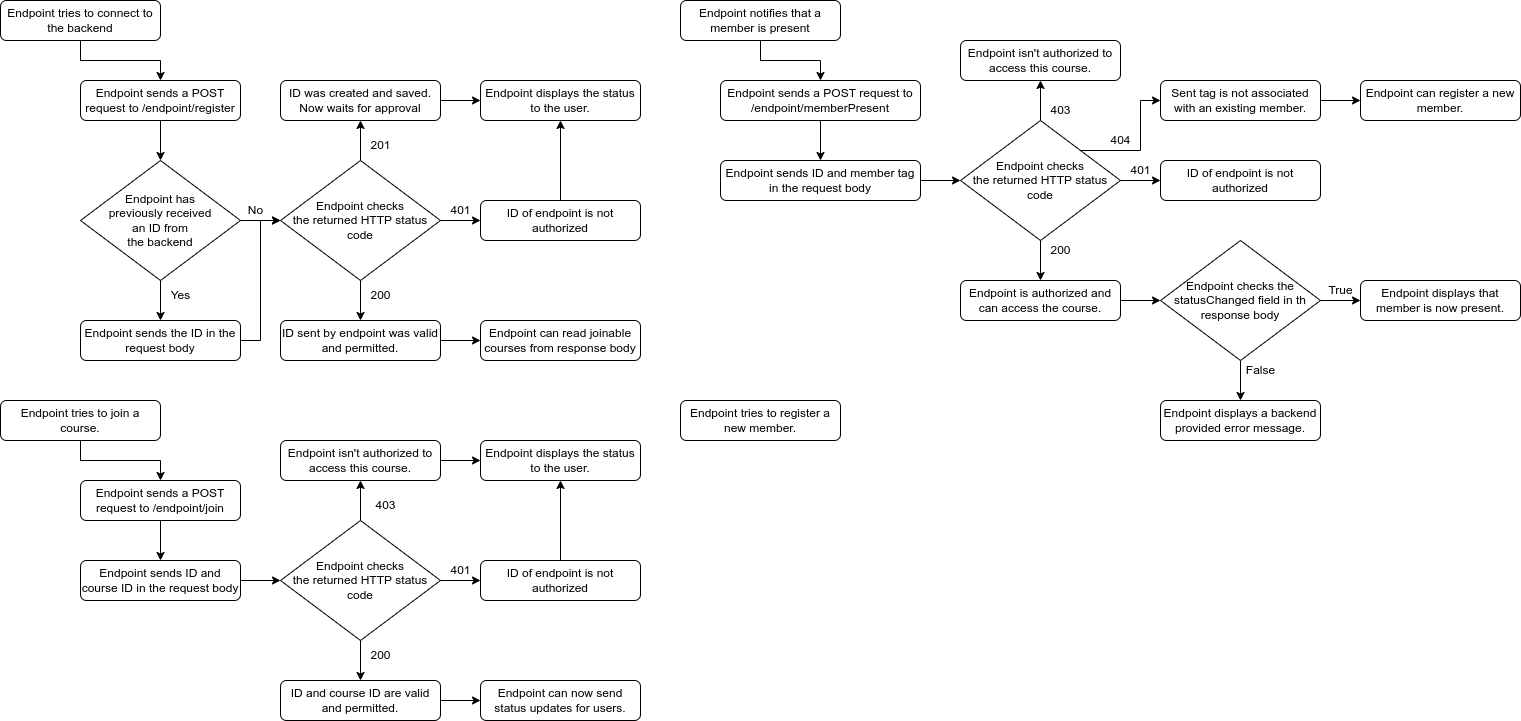
The draw.io diagram docs/endpoint-backend-communication.png in roopereku/nfc-attendance, before a commit. Source tidied: cells renumbered, new cells last; positions are measured from the earlier drawing's top-left corner, leaving out a move shared by most shapes.
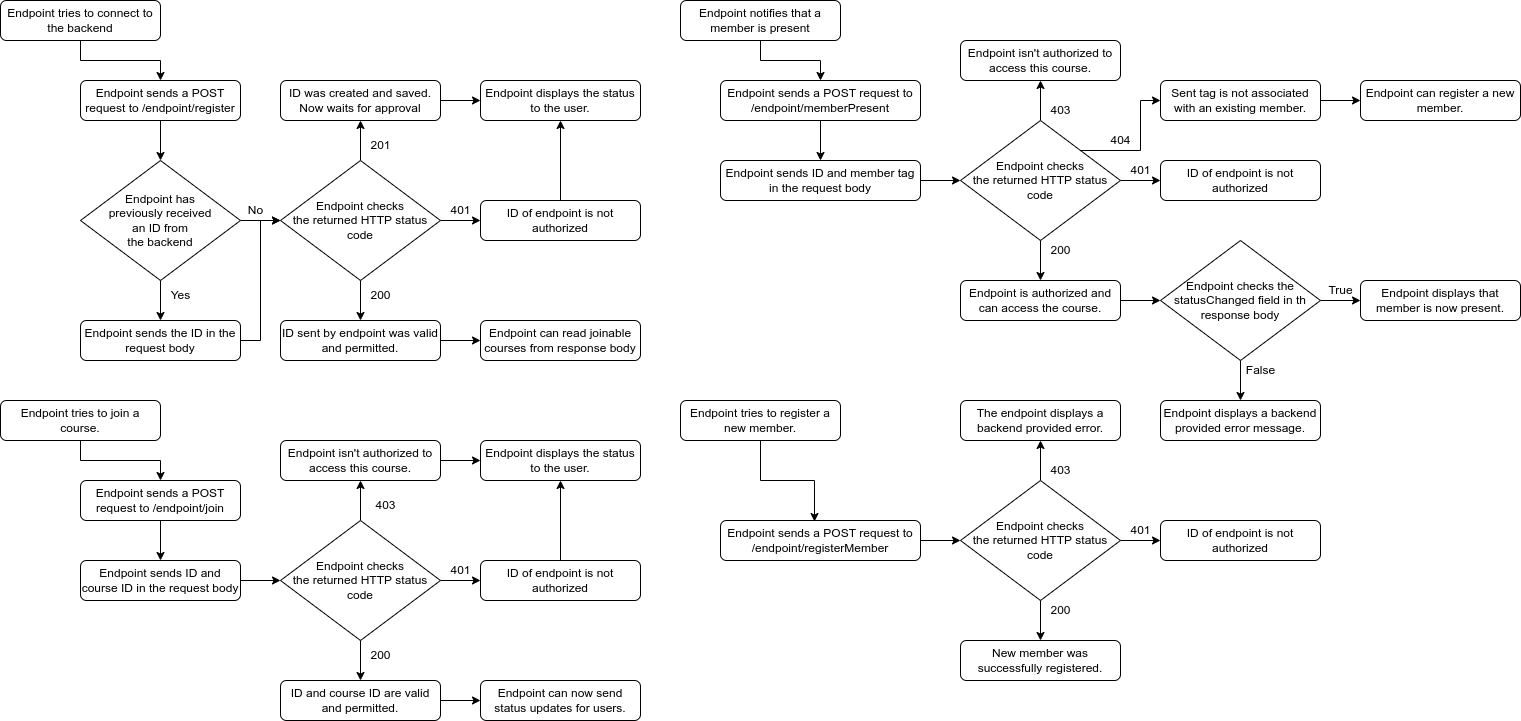
After the change.

Commit message:
Update docs and add a member registration screen

Change to the diagram source:
```diff
@@ -230,8 +230,47 @@
     <mxCell id="77" value="Endpoint can register a new member." style="rounded=1;whiteSpace=wrap;html=1;" parent="1" vertex="1">
       <mxGeometry x="1360" y="80" width="160" height="40" as="geometry" />
     </mxCell>
+    <mxCell id="79" style="edgeStyle=orthogonalEdgeStyle;rounded=0;jettySize=auto;html=1;exitX=0.5;exitY=1;exitDx=0;exitDy=0;entryX=0.47;entryY=0.025;entryDx=0;entryDy=0;entryPerimeter=0;" parent="1" edge="1" source="78" target="81">
+      <mxGeometry relative="1" as="geometry" />
+    </mxCell>
     <mxCell id="78" value="Endpoint tries to register a new member." style="rounded=1;whiteSpace=wrap;html=1;" parent="1" vertex="1">
       <mxGeometry x="680" y="400" width="160" height="40" as="geometry" />
     </mxCell>
+    <mxCell id="80" style="edgeStyle=orthogonalEdgeStyle;rounded=0;jettySize=auto;html=1;exitX=1;exitY=0.5;exitDx=0;exitDy=0;entryX=0;entryY=0.5;entryDx=0;entryDy=0;" parent="1" edge="1" source="81" target="85">
+      <mxGeometry relative="1" as="geometry" />
+    </mxCell>
+    <mxCell id="81" value="Endpoint sends a POST request to /endpoint/registerMember" style="rounded=1;whiteSpace=wrap;html=1;" parent="1" vertex="1">
+      <mxGeometry x="720" y="520" width="200" height="40" as="geometry" />
+    </mxCell>
+    <mxCell id="82" style="edgeStyle=orthogonalEdgeStyle;rounded=0;jettySize=auto;html=1;exitX=1;exitY=0.5;exitDx=0;exitDy=0;entryX=0;entryY=0.5;entryDx=0;entryDy=0;" parent="1" edge="1" source="85" target="86">
+      <mxGeometry relative="1" as="geometry" />
+    </mxCell>
+    <mxCell id="83" style="edgeStyle=orthogonalEdgeStyle;rounded=0;jettySize=auto;html=1;exitX=0.5;exitY=1;exitDx=0;exitDy=0;entryX=0.5;entryY=0;entryDx=0;entryDy=0;" parent="1" edge="1" source="85" target="88">
+      <mxGeometry relative="1" as="geometry" />
+    </mxCell>
+    <mxCell id="84" style="edgeStyle=orthogonalEdgeStyle;rounded=0;jettySize=auto;html=1;exitX=0.5;exitY=0;exitDx=0;exitDy=0;entryX=0.5;entryY=1;entryDx=0;entryDy=0;" parent="1" edge="1" source="85" target="89">
+      <mxGeometry relative="1" as="geometry" />
+    </mxCell>
+    <mxCell id="85" value="Endpoint checks&lt;br&gt;the returned HTTP status code" style="rhombus;whiteSpace=wrap;html=1;" parent="1" vertex="1">
+      <mxGeometry x="960" y="480" width="160" height="120" as="geometry" />
+    </mxCell>
+    <mxCell id="86" value="ID of endpoint is not authorized" style="rounded=1;whiteSpace=wrap;html=1;" parent="1" vertex="1">
+      <mxGeometry x="1160" y="520" width="160" height="40" as="geometry" />
+    </mxCell>
+    <mxCell id="87" value="401" style="text;html=1;align=center;verticalAlign=middle;strokeColor=none;fillColor=none;" parent="1" vertex="1">
+      <mxGeometry x="1120" y="520" width="40" height="20" as="geometry" />
+    </mxCell>
+    <mxCell id="88" value="New member was successfully registered." style="rounded=1;whiteSpace=wrap;html=1;" parent="1" vertex="1">
+      <mxGeometry x="960" y="640" width="160" height="40" as="geometry" />
+    </mxCell>
+    <mxCell id="89" value="The endpoint displays a backend provided error." style="rounded=1;whiteSpace=wrap;html=1;" parent="1" vertex="1">
+      <mxGeometry x="960" y="400" width="160" height="40" as="geometry" />
+    </mxCell>
+    <mxCell id="90" value="403" style="text;html=1;align=center;verticalAlign=middle;strokeColor=none;fillColor=none;" parent="1" vertex="1">
+      <mxGeometry x="1040" y="460" width="40" height="20" as="geometry" />
+    </mxCell>
+    <mxCell id="91" value="200" style="text;html=1;align=center;verticalAlign=middle;strokeColor=none;fillColor=none;" parent="1" vertex="1">
+      <mxGeometry x="1040" y="600" width="40" height="20" as="geometry" />
+    </mxCell>
   </root>
 </mxGraphModel>
```
